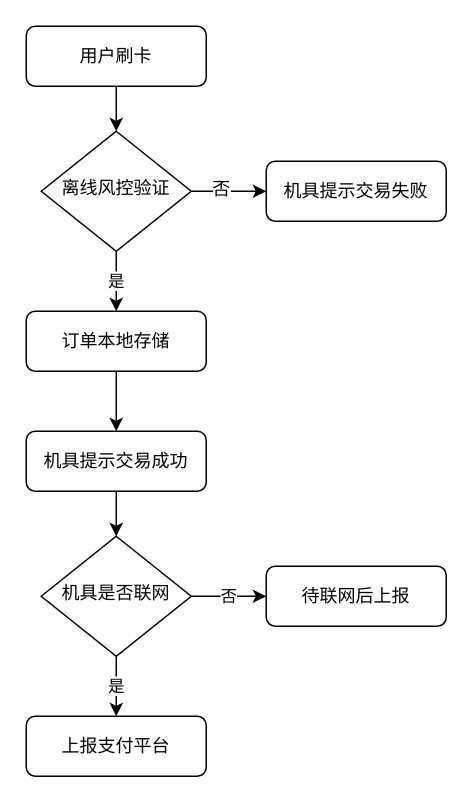
Earlier version of the draw.io diagram 未命名绘图.drawio (cybfly/SkyWalker). Source tidied: cells renumbered, new cells numbered last; positions are measured from the earlier drawing's top-left corner, leaving out a move shared by most shapes. Both pictures are drawn from the tidied source at 150%, with x=0, y=0 at pixel (26, 26).
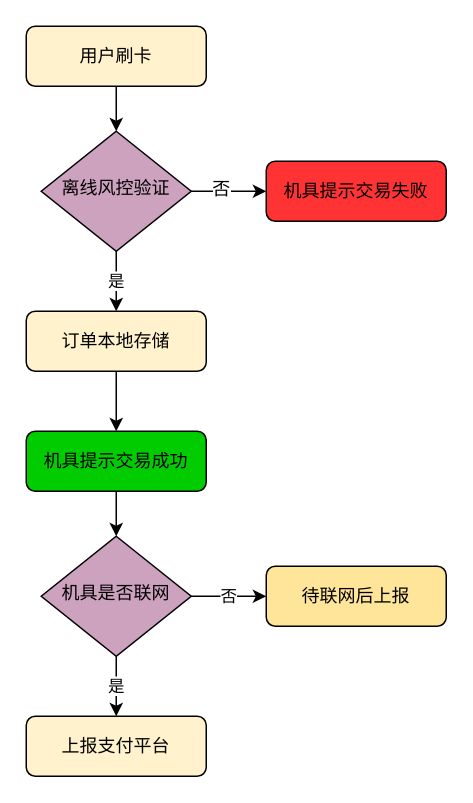
The same diagram, later.

Change to the diagram source:
```diff
@@
 <mxGraphModel>
   <root>
     <mxCell id="0" />
     <mxCell id="1" parent="0" />
     <mxCell id="2" style="edgeStyle=orthogonalEdgeStyle;rounded=0;jettySize=auto;html=1;exitX=0.5;exitY=1;exitDx=0;exitDy=0;entryX=0.5;entryY=0;entryDx=0;entryDy=0;" parent="1" edge="1" source="3" target="7">
       <mxGeometry relative="1" as="geometry" />
     </mxCell>
-    <mxCell id="3" value="用户刷卡" style="rounded=1;whiteSpace=wrap;html=1;fontSize=12;glass=0;strokeWidth=1;shadow=0;" parent="1" vertex="1">
+    <mxCell id="3" value="用户刷卡" style="rounded=1;whiteSpace=wrap;html=1;fontSize=12;glass=0;strokeWidth=1;shadow=0;fillColor=#FFF2CC;" parent="1" vertex="1">
       <mxGeometry width="120" height="40" as="geometry" />
     </mxCell>
     <mxCell id="4" style="edgeStyle=orthogonalEdgeStyle;rounded=0;jettySize=auto;html=1;exitX=1;exitY=0.5;exitDx=0;exitDy=0;entryX=0;entryY=0.5;entryDx=0;entryDy=0;" parent="1" edge="1" source="7" target="8">
       <mxGeometry relative="1" as="geometry" />
     </mxCell>
     <mxCell id="5" value="否" style="text;html=1;align=center;verticalAlign=middle;labelBackgroundColor=#ffffff;" parent="4" vertex="1">
       <mxGeometry x="-0.25" y="2" relative="1" as="geometry" />
     </mxCell>
     <mxCell id="6" value="是" style="edgeStyle=orthogonalEdgeStyle;rounded=0;jettySize=auto;html=1;exitX=0.5;exitY=1;exitDx=0;exitDy=0;entryX=0.5;entryY=0;entryDx=0;entryDy=0;" parent="1" edge="1" source="7" target="15">
       <mxGeometry relative="1" as="geometry" />
     </mxCell>
-    <mxCell id="7" value="离线风控验证" style="rhombus;whiteSpace=wrap;html=1;shadow=0;fontFamily=Helvetica;fontSize=12;align=center;strokeWidth=1;spacing=6;spacingTop=-4;" parent="1" vertex="1">
+    <mxCell id="7" value="离线风控验证" style="rhombus;whiteSpace=wrap;html=1;shadow=0;fontFamily=Helvetica;fontSize=12;align=center;strokeWidth=1;spacing=6;spacingTop=-4;fillColor=#CDA2BE;" parent="1" vertex="1">
       <mxGeometry x="10" y="70" width="100" height="80" as="geometry" />
     </mxCell>
-    <mxCell id="8" value="机具提示交易失败" style="rounded=1;whiteSpace=wrap;html=1;fontSize=12;glass=0;strokeWidth=1;shadow=0;" parent="1" vertex="1">
+    <mxCell id="8" value="机具提示交易失败" style="rounded=1;whiteSpace=wrap;html=1;fontSize=12;glass=0;strokeWidth=1;shadow=0;fillColor=#FF3333;" parent="1" vertex="1">
       <mxGeometry x="160" y="90" width="120" height="40" as="geometry" />
     </mxCell>
     <mxCell id="9" value="是" style="edgeStyle=orthogonalEdgeStyle;rounded=0;jettySize=auto;html=1;entryX=0.5;entryY=0;entryDx=0;entryDy=0;" parent="1" edge="1" source="11" target="12">
       <mxGeometry relative="1" as="geometry" />
     </mxCell>
     <mxCell id="10" value="否" style="edgeStyle=orthogonalEdgeStyle;rounded=0;jettySize=auto;html=1;exitX=1;exitY=0.5;exitDx=0;exitDy=0;" parent="1" edge="1" source="11" target="13">
       <mxGeometry relative="1" as="geometry" />
     </mxCell>
-    <mxCell id="11" value="机具是否联网" style="rhombus;whiteSpace=wrap;html=1;shadow=0;fontFamily=Helvetica;fontSize=12;align=center;strokeWidth=1;spacing=6;spacingTop=-4;" parent="1" vertex="1">
+    <mxCell id="11" value="机具是否联网" style="rhombus;whiteSpace=wrap;html=1;shadow=0;fontFamily=Helvetica;fontSize=12;align=center;strokeWidth=1;spacing=6;spacingTop=-4;fillColor=#CDA2BE;" parent="1" vertex="1">
       <mxGeometry x="10" y="340" width="100" height="80" as="geometry" />
     </mxCell>
-    <mxCell id="12" value="上报支付平台" style="rounded=1;whiteSpace=wrap;html=1;fontSize=12;glass=0;strokeWidth=1;shadow=0;" parent="1" vertex="1">
+    <mxCell id="12" value="上报支付平台" style="rounded=1;whiteSpace=wrap;html=1;fontSize=12;glass=0;strokeWidth=1;shadow=0;fillColor=#FFF2CC;" parent="1" vertex="1">
       <mxGeometry y="460" width="120" height="40" as="geometry" />
     </mxCell>
-    <mxCell id="13" value="待联网后上报" style="rounded=1;whiteSpace=wrap;html=1;fontSize=12;glass=0;strokeWidth=1;shadow=0;" parent="1" vertex="1">
+    <mxCell id="13" value="待联网后上报" style="rounded=1;whiteSpace=wrap;html=1;fontSize=12;glass=0;strokeWidth=1;shadow=0;fillColor=#FFE599;" parent="1" vertex="1">
       <mxGeometry x="160" y="360" width="120" height="40" as="geometry" />
     </mxCell>
     <mxCell id="14" style="edgeStyle=orthogonalEdgeStyle;rounded=0;jettySize=auto;html=1;exitX=0.5;exitY=1;exitDx=0;exitDy=0;entryX=0.5;entryY=0;entryDx=0;entryDy=0;" parent="1" edge="1" source="15" target="17">
       <mxGeometry relative="1" as="geometry" />
     </mxCell>
-    <mxCell id="15" value="订单本地存储" style="rounded=1;whiteSpace=wrap;html=1;fontSize=12;glass=0;strokeWidth=1;shadow=0;" parent="1" vertex="1">
+    <mxCell id="15" value="订单本地存储" style="rounded=1;whiteSpace=wrap;html=1;fontSize=12;glass=0;strokeWidth=1;shadow=0;fillColor=#FFF2CC;" parent="1" vertex="1">
       <mxGeometry y="190" width="120" height="40" as="geometry" />
     </mxCell>
     <mxCell id="16" style="edgeStyle=orthogonalEdgeStyle;rounded=0;jettySize=auto;html=1;entryX=0.5;entryY=0;entryDx=0;entryDy=0;" parent="1" edge="1" source="17" target="11">
       <mxGeometry relative="1" as="geometry" />
     </mxCell>
-    <mxCell id="17" value="机具提示交易成功" style="rounded=1;whiteSpace=wrap;html=1;fontSize=12;glass=0;strokeWidth=1;shadow=0;" parent="1" vertex="1">
+    <mxCell id="17" value="机具提示交易成功" style="rounded=1;whiteSpace=wrap;html=1;fontSize=12;glass=0;strokeWidth=1;shadow=0;fillColor=#00CC00;" parent="1" vertex="1">
       <mxGeometry y="270" width="120" height="40" as="geometry" />
     </mxCell>
   </root>
 </mxGraphModel>
```
